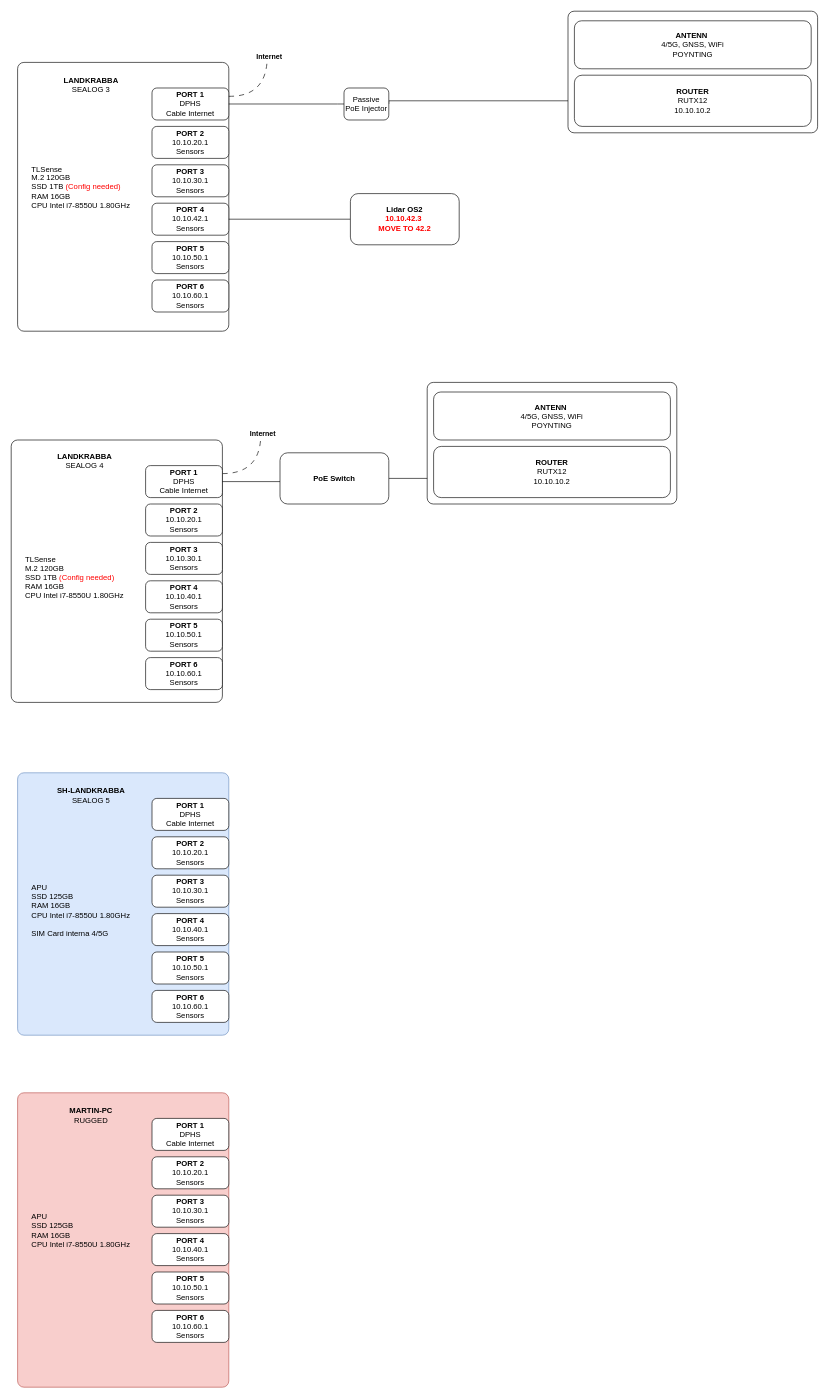
The draw.io diagram DiagramNetwork.drawio in MO-RISE/platform-landkrabba, before the edit. Source tidied: cells renumbered, new cells numbered last; positions are measured from the earlier drawing's top-left corner, leaving out a move shared by most shapes. Both pictures are drawn from the tidied source at 64%, with x=0, y=0 at pixel (11, 11).
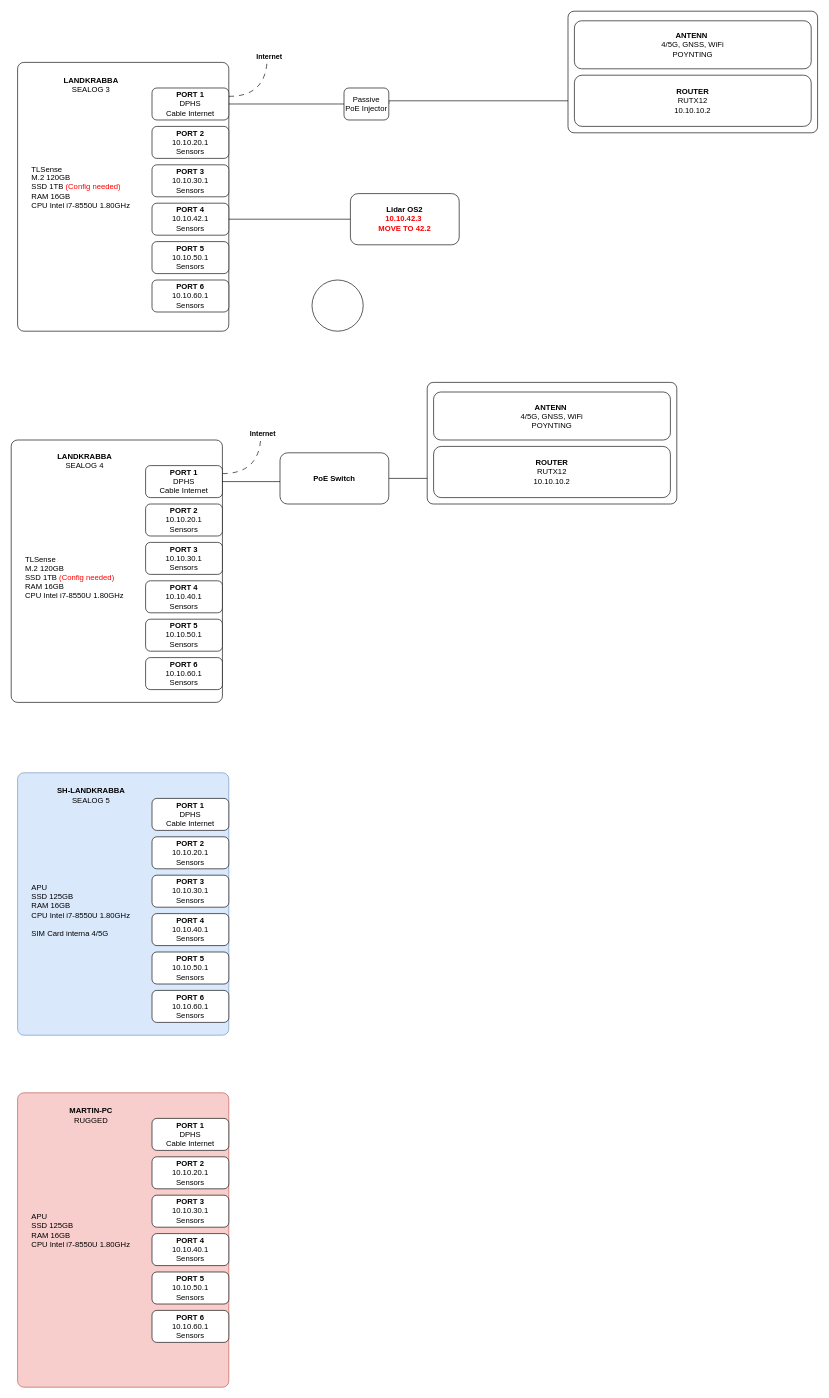
After the change.

Commit message (it also covers changes not shown here):
Tested to add some comments

Change to the diagram source:
```diff
@@
+    <mxCell id="56" style="ellipse;whiteSpace=wrap;html=1;" parent="1" vertex="1">
+      <mxGeometry x="470" y="420" width="80" height="80" as="geometry" />
+    </mxCell>
```
